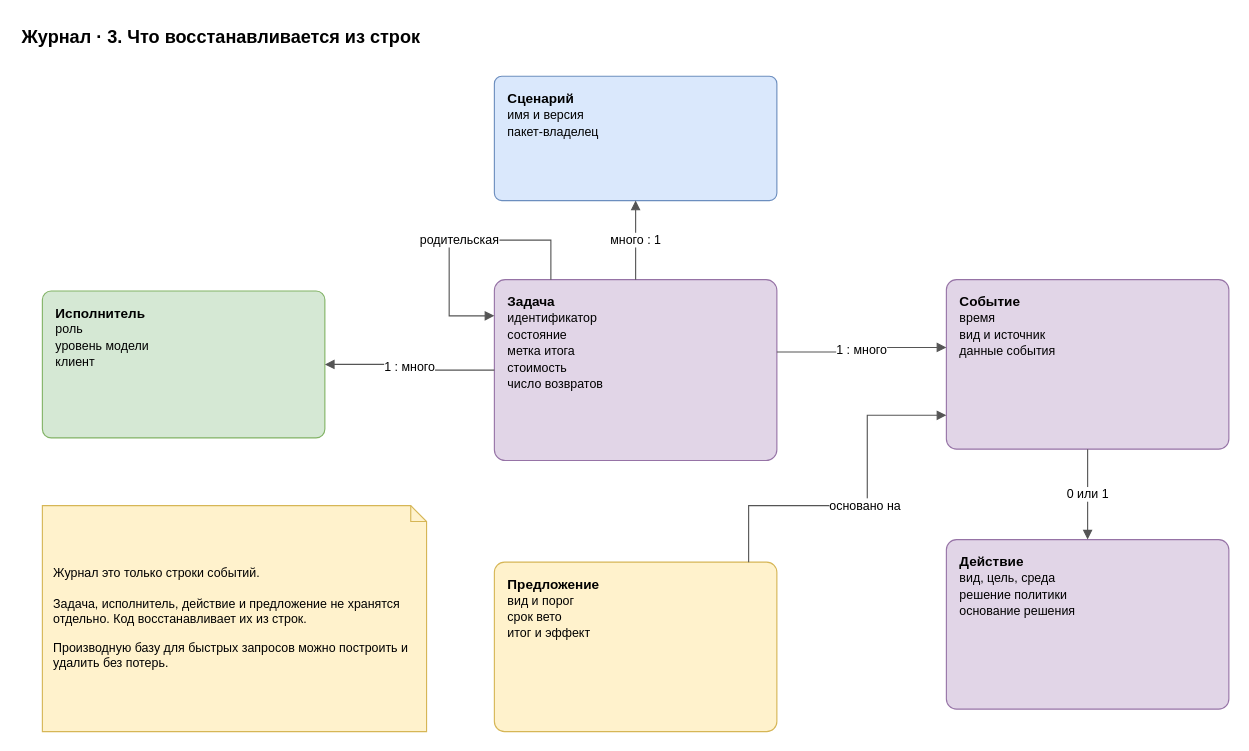
Before: page "3. Связи" (3 of 6) of docs/spec/harness-journal.drawio in roygkov/reins, a draw.io diagram. Source tidied: cells renumbered, new cells numbered last; positions are measured from the earlier drawing's top-left corner, leaving out a move shared by most shapes. Both pictures are drawn from the tidied source at 113%, with x=0, y=0 at pixel (19, 19).
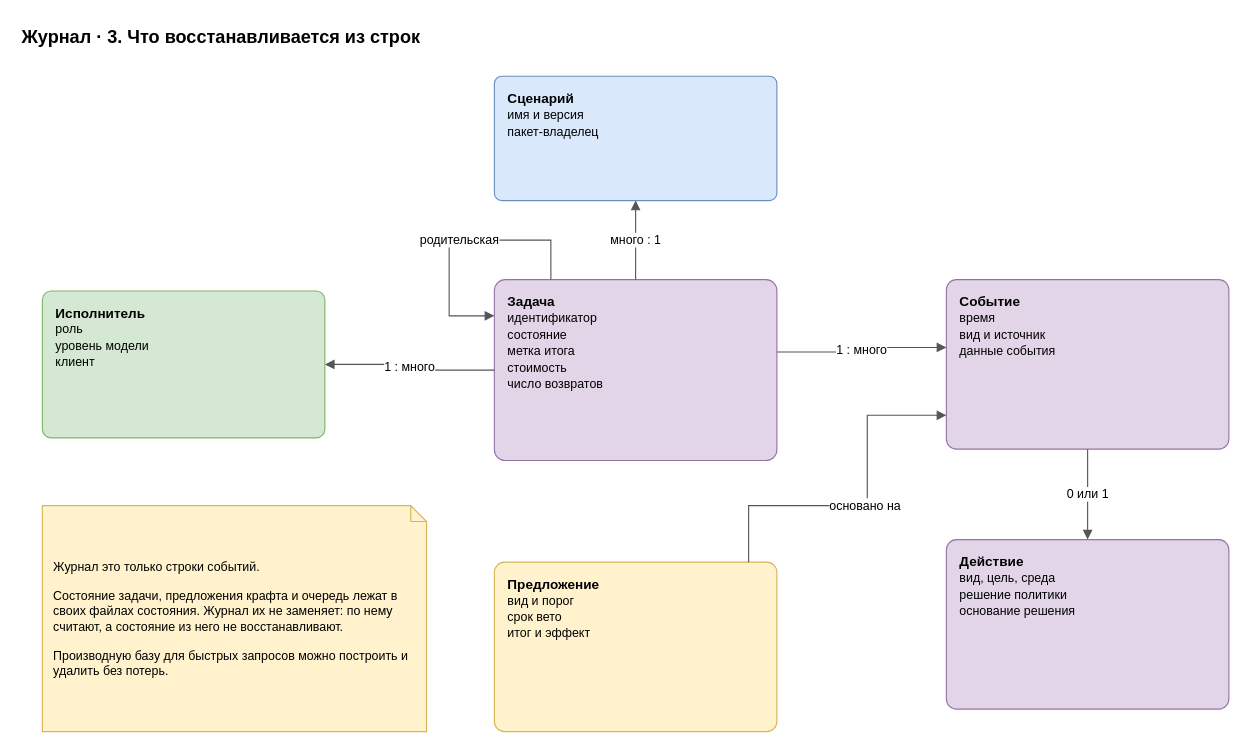
The same page after the edit.

Diff of the diagram source:
```diff
@@
 <mxGraphModel>
   <root>
     <mxCell id="0" />
     <mxCell id="1" parent="0" />
     <mxCell id="2" value="Журнал · 3. Что восстанавливается из строк" style="text;html=1;align=left;verticalAlign=middle;whiteSpace=wrap;fontSize=16;strokeColor=none;fillColor=none;fontStyle=1;" parent="1" vertex="1">
       <mxGeometry width="900" height="30" as="geometry" />
     </mxCell>
     <mxCell id="3" value="&lt;b&gt;Сценарий&lt;/b&gt;&lt;br&gt;&lt;font style=&quot;font-size:11px&quot;&gt;имя и версия&lt;br&gt;пакет-владелец&lt;/font&gt;" style="rounded=1;whiteSpace=wrap;html=1;fillColor=#dae8fc;strokeColor=#6c8ebf;arcSize=6;align=left;verticalAlign=top;spacingLeft=10;spacingTop=6;spacingRight=6;" parent="1" vertex="1">
       <mxGeometry x="420" y="50" width="250" height="110" as="geometry" />
     </mxCell>
     <mxCell id="4" value="&lt;b&gt;Задача&lt;/b&gt;&lt;br&gt;&lt;font style=&quot;font-size:11px&quot;&gt;идентификатор&lt;br&gt;состояние&lt;br&gt;метка итога&lt;br&gt;стоимость&lt;br&gt;число возвратов&lt;/font&gt;" style="rounded=1;whiteSpace=wrap;html=1;fillColor=#e1d5e7;strokeColor=#9673a6;arcSize=6;align=left;verticalAlign=top;spacingLeft=10;spacingTop=6;spacingRight=6;" parent="1" vertex="1">
       <mxGeometry x="420" y="230" width="250" height="160" as="geometry" />
     </mxCell>
     <mxCell id="5" value="&lt;b&gt;Исполнитель&lt;/b&gt;&lt;br&gt;&lt;font style=&quot;font-size:11px&quot;&gt;роль&lt;br&gt;уровень модели&lt;br&gt;клиент&lt;/font&gt;" style="rounded=1;whiteSpace=wrap;html=1;fillColor=#d5e8d4;strokeColor=#82b366;arcSize=6;align=left;verticalAlign=top;spacingLeft=10;spacingTop=6;spacingRight=6;" parent="1" vertex="1">
       <mxGeometry x="20" y="240" width="250" height="130" as="geometry" />
     </mxCell>
     <mxCell id="6" value="&lt;b&gt;Событие&lt;/b&gt;&lt;br&gt;&lt;font style=&quot;font-size:11px&quot;&gt;время&lt;br&gt;вид и источник&lt;br&gt;данные события&lt;/font&gt;" style="rounded=1;whiteSpace=wrap;html=1;fillColor=#e1d5e7;strokeColor=#9673a6;arcSize=6;align=left;verticalAlign=top;spacingLeft=10;spacingTop=6;spacingRight=6;" parent="1" vertex="1">
       <mxGeometry x="820" y="230" width="250" height="150" as="geometry" />
     </mxCell>
     <mxCell id="7" value="&lt;b&gt;Действие&lt;/b&gt;&lt;br&gt;&lt;font style=&quot;font-size:11px&quot;&gt;вид, цель, среда&lt;br&gt;решение политики&lt;br&gt;основание решения&lt;/font&gt;" style="rounded=1;whiteSpace=wrap;html=1;fillColor=#e1d5e7;strokeColor=#9673a6;arcSize=6;align=left;verticalAlign=top;spacingLeft=10;spacingTop=6;spacingRight=6;" parent="1" vertex="1">
       <mxGeometry x="820" y="460" width="250" height="150" as="geometry" />
     </mxCell>
     <mxCell id="8" value="&lt;b&gt;Предложение&lt;/b&gt;&lt;br&gt;&lt;font style=&quot;font-size:11px&quot;&gt;вид и порог&lt;br&gt;срок вето&lt;br&gt;итог и эффект&lt;/font&gt;" style="rounded=1;whiteSpace=wrap;html=1;fillColor=#fff2cc;strokeColor=#d6b656;arcSize=6;align=left;verticalAlign=top;spacingLeft=10;spacingTop=6;spacingRight=6;" parent="1" vertex="1">
       <mxGeometry x="420" y="480" width="250" height="150" as="geometry" />
     </mxCell>
     <mxCell id="9" value="много : 1" style="edgeStyle=orthogonalEdgeStyle;rounded=0;html=1;endArrow=block;endFill=1;strokeColor=#555555;fontSize=11;labelBackgroundColor=#ffffff;exitX=0.5;exitY=0;entryX=0.5;entryY=1;" parent="1" edge="1" source="4" target="3">
       <mxGeometry relative="1" as="geometry" />
     </mxCell>
     <mxCell id="10" value="1 : много" style="edgeStyle=orthogonalEdgeStyle;rounded=0;html=1;endArrow=block;endFill=1;strokeColor=#555555;fontSize=11;labelBackgroundColor=#ffffff;exitX=0;exitY=0.5;entryX=1;entryY=0.5;" parent="1" edge="1" source="4" target="5">
       <mxGeometry relative="1" as="geometry" />
     </mxCell>
     <mxCell id="11" value="1 : много" style="edgeStyle=orthogonalEdgeStyle;rounded=0;html=1;endArrow=block;endFill=1;strokeColor=#555555;fontSize=11;labelBackgroundColor=#ffffff;exitX=1;exitY=0.4;entryX=0;entryY=0.4;" parent="1" edge="1" source="4" target="6">
       <mxGeometry relative="1" as="geometry" />
     </mxCell>
     <mxCell id="12" value="0 или 1" style="edgeStyle=orthogonalEdgeStyle;rounded=0;html=1;endArrow=block;endFill=1;strokeColor=#555555;fontSize=11;labelBackgroundColor=#ffffff;exitX=0.5;exitY=1;entryX=0.5;entryY=0;" parent="1" edge="1" source="6" target="7">
       <mxGeometry relative="1" as="geometry" />
     </mxCell>
     <mxCell id="13" value="основано на" style="edgeStyle=orthogonalEdgeStyle;rounded=0;html=1;endArrow=block;endFill=1;strokeColor=#555555;fontSize=11;labelBackgroundColor=#ffffff;exitX=0.9;exitY=0;entryX=0;entryY=0.8;" parent="1" edge="1" source="8" target="6">
       <mxGeometry relative="1" as="geometry">
         <Array as="points">
           <mxPoint x="645" y="430" />
           <mxPoint x="750" y="430" />
           <mxPoint x="750" y="350" />
         </Array>
       </mxGeometry>
     </mxCell>
     <mxCell id="14" value="родительская" style="edgeStyle=orthogonalEdgeStyle;rounded=0;html=1;endArrow=block;endFill=1;strokeColor=#555555;fontSize=11;labelBackgroundColor=#ffffff;exitX=0.2;exitY=0;entryX=0;entryY=0.2;" parent="1" edge="1" source="4" target="4">
       <mxGeometry relative="1" as="geometry">
         <Array as="points">
           <mxPoint x="470" y="195" />
           <mxPoint x="380" y="195" />
           <mxPoint x="380" y="262" />
         </Array>
       </mxGeometry>
     </mxCell>
-    <mxCell id="15" value="Журнал это только строки событий.&lt;br&gt;&lt;br&gt;Задача, исполнитель, действие и предложение не хранятся отдельно. Код восстанавливает их из строк.&lt;br&gt;&lt;br&gt;Производную базу для быстрых запросов можно построить и удалить без потерь." style="shape=note;whiteSpace=wrap;html=1;backgroundOutline=1;size=14;fillColor=#fff2cc;strokeColor=#d6b656;align=left;spacingLeft=8;spacingRight=8;fontSize=11;" parent="1" vertex="1">
+    <mxCell id="15" value="Журнал это только строки событий.&lt;br&gt;&lt;br&gt;Состояние задачи, предложения крафта и очередь лежат в своих файлах состояния. Журнал их не заменяет: по нему считают, а состояние из него не восстанавливают.&lt;br&gt;&lt;br&gt;Производную базу для быстрых запросов можно построить и удалить без потерь." style="shape=note;whiteSpace=wrap;html=1;backgroundOutline=1;size=14;fillColor=#fff2cc;strokeColor=#d6b656;align=left;spacingLeft=8;spacingRight=8;fontSize=11;" parent="1" vertex="1">
       <mxGeometry x="20" y="430" width="340" height="200" as="geometry" />
     </mxCell>
   </root>
 </mxGraphModel>
```
